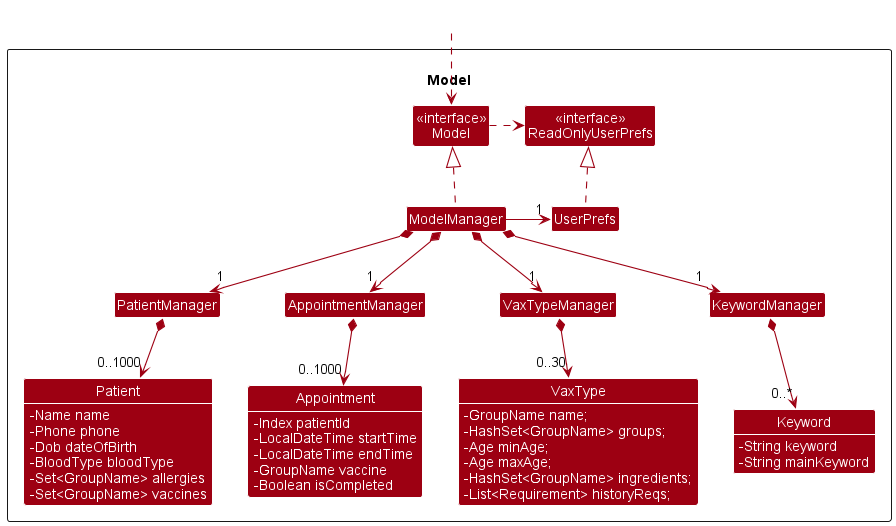
The PlantUML diagram docs/images/ModelClassDiagram.png in nus-cs2103-AY2223S2/tp, before a commit.
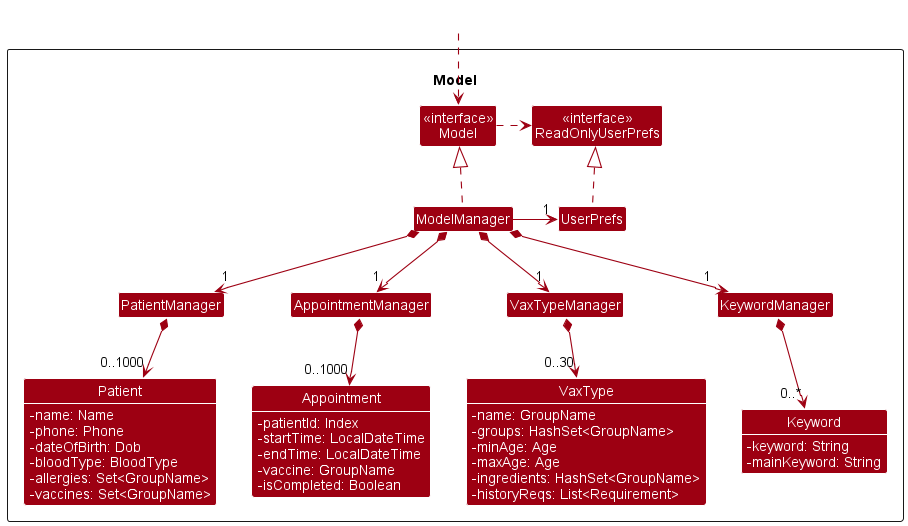
Later version of the same file.

Commit message:
Updates the Model class diagram

Fixes the incorrect format for the variable fields in the model class diagram

Diff of the diagram source:
```diff
@@ -18,34 +18,34 @@
     Class KeywordManager
 
     class Patient MODEL_COLOR {
-        -Name name
-        -Phone phone
-        -Dob dateOfBirth
-        -BloodType bloodType
-        -Set<GroupName> allergies
-        -Set<GroupName> vaccines
+        -name: Name
+        -phone: Phone
+        -dateOfBirth: Dob
+        -bloodType: BloodType
+        -allergies: Set<GroupName>
+        -vaccines: Set<GroupName>
     }
 
     class Appointment MODEL_COLOR {
-        -Index patientId
-        -LocalDateTime startTime
-        -LocalDateTime endTime
-        -GroupName vaccine
-        -Boolean isCompleted
+        -patientId: Index
+        -startTime: LocalDateTime
+        -endTime: LocalDateTime
+        -vaccine: GroupName
+        -isCompleted: Boolean
     }
 
     class VaxType MODEL_COLOR {
-        -GroupName name;
-        -HashSet<GroupName> groups;
-        -Age minAge;
-        -Age maxAge;
-        -HashSet<GroupName> ingredients;
-        -List<Requirement> historyReqs;
+        -name: GroupName
+        -groups: HashSet<GroupName>
+        -minAge: Age
+        -maxAge: Age
+        -ingredients: HashSet<GroupName>
+        -historyReqs: List<Requirement>
     }
 
     class Keyword MODEL_COLOR {
-        -String keyword
-        -String mainKeyword
+        -keyword: String
+        -mainKeyword: String
     }
 }
 
```
